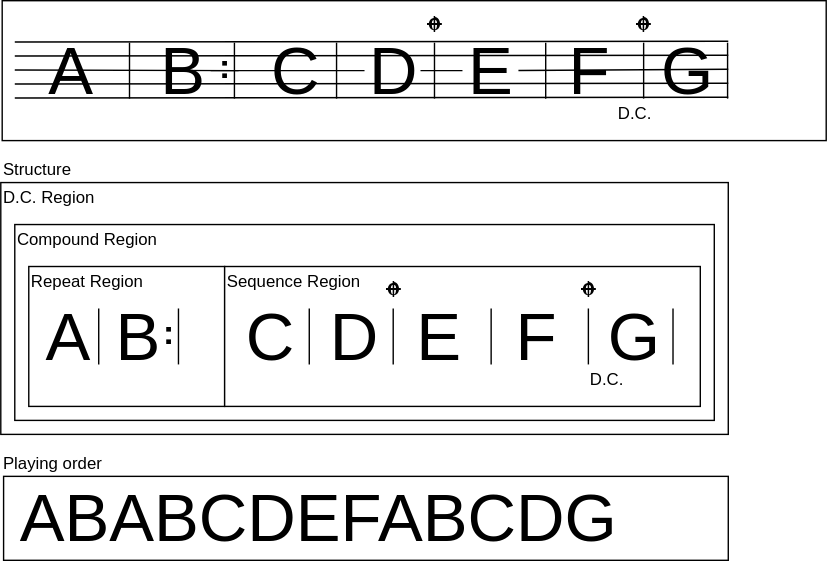
Above: docs/repeat/example08-04.drawio.svg in ruimo/klavier-core (draw.io), before the change. Source tidied: cells renumbered, new cells last; positions are measured from the earlier drawing's top-left corner, leaving out a move shared by most shapes.
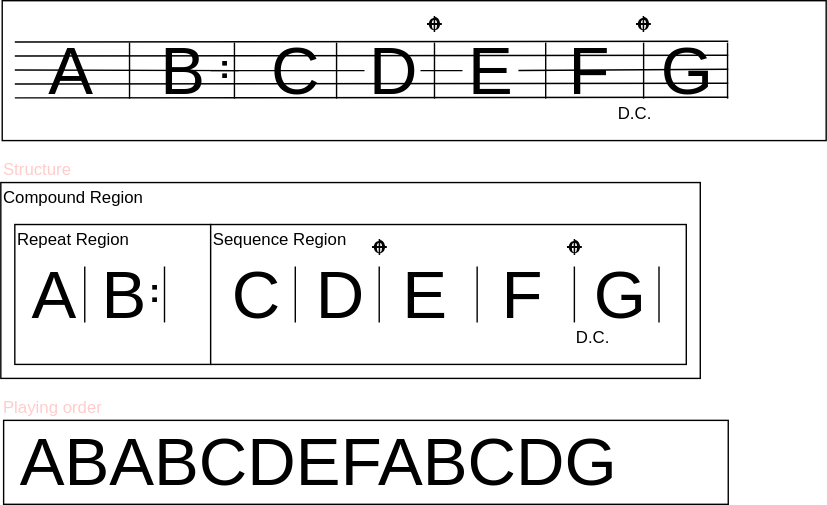
Later version of the same file.

Change to the diagram source:
```diff
@@ -5,9 +5,6 @@
     <mxCell id="2" style="rounded=0;whiteSpace=wrap;html=1;" parent="1" vertex="1">
       <mxGeometry x="1" width="589" height="100" as="geometry" />
     </mxCell>
-    <mxCell id="3" style="rounded=0;whiteSpace=wrap;html=1;" parent="1" vertex="1">
-      <mxGeometry y="130" width="520" height="180" as="geometry" />
-    </mxCell>
     <mxCell id="4" style="endArrow=none;html=1;" parent="1" edge="1">
       <mxGeometry relative="1" as="geometry">
         <mxPoint x="10" y="39.5" as="sourcePoint" />
@@ -43,9 +40,6 @@
     <mxCell id="10" value="&lt;font style=&quot;font-size: 48px&quot;&gt;B&lt;/font&gt;" style="text;html=1;strokeColor=none;fillColor=none;align=center;verticalAlign=middle;whiteSpace=wrap;rounded=0;" parent="1" vertex="1">
       <mxGeometry x="110" y="40" width="40" height="20" as="geometry" />
     </mxCell>
-    <mxCell id="11" value="D.C. Region" style="text;html=1;strokeColor=none;fillColor=none;align=left;verticalAlign=middle;whiteSpace=wrap;rounded=0;" parent="1" vertex="1">
-      <mxGeometry y="130" width="200" height="20" as="geometry" />
-    </mxCell>
     <mxCell id="12" value="&lt;font style=&quot;font-size: 48px&quot;&gt;C&lt;/font&gt;" style="text;html=1;strokeColor=none;fillColor=none;align=center;verticalAlign=middle;whiteSpace=wrap;rounded=0;" parent="1" vertex="1">
       <mxGeometry x="190" y="40" width="40" height="20" as="geometry" />
     </mxCell>
@@ -56,10 +50,10 @@
       </mxGeometry>
     </mxCell>
     <mxCell id="14" style="rounded=0;whiteSpace=wrap;html=1;" parent="1" vertex="1">
-      <mxGeometry x="10" y="160" width="500" height="140" as="geometry" />
+      <mxGeometry y="130" width="500" height="140" as="geometry" />
     </mxCell>
     <mxCell id="15" value="Compound Region" style="text;html=1;strokeColor=none;fillColor=none;align=left;verticalAlign=middle;whiteSpace=wrap;rounded=0;" parent="1" vertex="1">
-      <mxGeometry x="10" y="160" width="150" height="20" as="geometry" />
+      <mxGeometry y="130" width="150" height="20" as="geometry" />
     </mxCell>
     <mxCell id="16" style="group;" parent="1" vertex="1">
       <mxGeometry x="213" y="30" width="40" height="40" as="geometry" />
@@ -107,28 +101,28 @@
       </mxGeometry>
     </mxCell>
     <mxCell id="28" style="rounded=0;whiteSpace=wrap;html=1;" parent="1" vertex="1">
-      <mxGeometry x="20" y="190" width="140" height="100" as="geometry" />
+      <mxGeometry x="10" y="160" width="140" height="100" as="geometry" />
     </mxCell>
     <mxCell id="29" value="Repeat Region" style="text;html=1;strokeColor=none;fillColor=none;align=left;verticalAlign=middle;whiteSpace=wrap;rounded=0;" parent="1" vertex="1">
-      <mxGeometry x="20" y="190" width="105" height="20" as="geometry" />
+      <mxGeometry x="10" y="160" width="105" height="20" as="geometry" />
     </mxCell>
     <mxCell id="30" value="&lt;font style=&quot;font-size: 48px&quot;&gt;A&lt;/font&gt;" style="text;html=1;strokeColor=none;fillColor=none;align=center;verticalAlign=middle;whiteSpace=wrap;rounded=0;" parent="1" vertex="1">
-      <mxGeometry x="27.5" y="230" width="40" height="20" as="geometry" />
+      <mxGeometry x="17.5" y="200" width="40" height="20" as="geometry" />
     </mxCell>
     <mxCell id="31" value="&lt;font style=&quot;font-size: 48px&quot;&gt;B&lt;/font&gt;" style="text;html=1;strokeColor=none;fillColor=none;align=center;verticalAlign=middle;whiteSpace=wrap;rounded=0;" parent="1" vertex="1">
-      <mxGeometry x="77.5" y="230" width="40" height="20" as="geometry" />
+      <mxGeometry x="67.5" y="200" width="40" height="20" as="geometry" />
     </mxCell>
     <mxCell id="32" style="endArrow=none;html=1;" parent="1" edge="1">
       <mxGeometry relative="1" as="geometry">
-        <mxPoint x="70" y="260" as="sourcePoint" />
-        <mxPoint x="70" y="220" as="targetPoint" />
+        <mxPoint x="60" y="230" as="sourcePoint" />
+        <mxPoint x="60" y="190" as="targetPoint" />
       </mxGeometry>
     </mxCell>
     <mxCell id="33" style="rounded=0;whiteSpace=wrap;html=1;" parent="1" vertex="1">
-      <mxGeometry x="160" y="190" width="340" height="100" as="geometry" />
+      <mxGeometry x="150" y="160" width="340" height="100" as="geometry" />
     </mxCell>
     <mxCell id="34" value="Sequence Region" style="text;html=1;strokeColor=none;fillColor=none;align=left;verticalAlign=middle;whiteSpace=wrap;rounded=0;" parent="1" vertex="1">
-      <mxGeometry x="160" y="190" width="105" height="20" as="geometry" />
+      <mxGeometry x="150" y="160" width="105" height="20" as="geometry" />
     </mxCell>
     <mxCell id="35" style="endArrow=none;html=1;" parent="1" edge="1">
       <mxGeometry relative="1" as="geometry">
@@ -167,7 +161,7 @@
       <mxGeometry y="7" width="40" height="20" as="geometry" />
     </mxCell>
     <mxCell id="44" style="group;" parent="1" vertex="1">
-      <mxGeometry x="100" y="220" width="40" height="40" as="geometry" />
+      <mxGeometry x="90" y="190" width="40" height="40" as="geometry" />
     </mxCell>
     <mxCell id="45" style="group;" parent="44" vertex="1">
       <mxGeometry width="40" height="40" as="geometry" />
@@ -188,55 +182,55 @@
       <mxGeometry y="7" width="40" height="20" as="geometry" />
     </mxCell>
     <mxCell id="50" value="&lt;font style=&quot;font-size: 48px&quot;&gt;C&lt;/font&gt;" style="text;html=1;strokeColor=none;fillColor=none;align=center;verticalAlign=middle;whiteSpace=wrap;rounded=0;" parent="1" vertex="1">
-      <mxGeometry x="172.5" y="230" width="40" height="20" as="geometry" />
+      <mxGeometry x="162.5" y="200" width="40" height="20" as="geometry" />
     </mxCell>
     <mxCell id="51" style="endArrow=none;html=1;" parent="1" edge="1">
       <mxGeometry relative="1" as="geometry">
-        <mxPoint x="220.5" y="260" as="sourcePoint" />
-        <mxPoint x="220.5" y="220" as="targetPoint" />
+        <mxPoint x="210.5" y="230" as="sourcePoint" />
+        <mxPoint x="210.5" y="190" as="targetPoint" />
       </mxGeometry>
     </mxCell>
     <mxCell id="52" value="D.C." style="text;html=1;strokeColor=none;fillColor=none;align=center;verticalAlign=middle;whiteSpace=wrap;rounded=0;" parent="1" vertex="1">
       <mxGeometry x="432.5" y="70" width="40" height="20" as="geometry" />
     </mxCell>
     <mxCell id="53" value="&lt;font style=&quot;font-size: 48px&quot;&gt;D&lt;/font&gt;" style="text;html=1;strokeColor=none;fillColor=none;align=center;verticalAlign=middle;whiteSpace=wrap;rounded=0;" parent="1" vertex="1">
-      <mxGeometry x="232.5" y="230" width="40" height="20" as="geometry" />
+      <mxGeometry x="222.5" y="200" width="40" height="20" as="geometry" />
     </mxCell>
     <mxCell id="54" style="endArrow=none;html=1;" parent="1" edge="1">
       <mxGeometry relative="1" as="geometry">
-        <mxPoint x="280.5" y="260" as="sourcePoint" />
-        <mxPoint x="280.5" y="220" as="targetPoint" />
+        <mxPoint x="270.5" y="230" as="sourcePoint" />
+        <mxPoint x="270.5" y="190" as="targetPoint" />
       </mxGeometry>
     </mxCell>
     <mxCell id="55" value="&lt;font style=&quot;font-size: 48px&quot;&gt;E&lt;/font&gt;" style="text;html=1;strokeColor=none;fillColor=none;align=center;verticalAlign=middle;whiteSpace=wrap;rounded=0;" parent="1" vertex="1">
-      <mxGeometry x="292.5" y="230" width="40" height="20" as="geometry" />
+      <mxGeometry x="282.5" y="200" width="40" height="20" as="geometry" />
     </mxCell>
     <mxCell id="56" style="endArrow=none;html=1;" parent="1" edge="1">
       <mxGeometry relative="1" as="geometry">
-        <mxPoint x="350.5" y="260" as="sourcePoint" />
-        <mxPoint x="350.5" y="220" as="targetPoint" />
+        <mxPoint x="340.5" y="230" as="sourcePoint" />
+        <mxPoint x="340.5" y="190" as="targetPoint" />
       </mxGeometry>
     </mxCell>
     <mxCell id="57" value="&lt;font style=&quot;font-size: 48px&quot;&gt;F&lt;/font&gt;" style="text;html=1;strokeColor=none;fillColor=none;align=center;verticalAlign=middle;whiteSpace=wrap;rounded=0;" parent="1" vertex="1">
-      <mxGeometry x="362.5" y="230" width="40" height="20" as="geometry" />
+      <mxGeometry x="352.5" y="200" width="40" height="20" as="geometry" />
     </mxCell>
     <mxCell id="58" style="endArrow=none;html=1;" parent="1" edge="1">
       <mxGeometry relative="1" as="geometry">
-        <mxPoint x="420" y="260" as="sourcePoint" />
-        <mxPoint x="420" y="220" as="targetPoint" />
+        <mxPoint x="410" y="230" as="sourcePoint" />
+        <mxPoint x="410" y="190" as="targetPoint" />
       </mxGeometry>
     </mxCell>
     <mxCell id="59" style="rounded=0;whiteSpace=wrap;html=1;" parent="1" vertex="1">
-      <mxGeometry x="2" y="340" width="518" height="60" as="geometry" />
+      <mxGeometry x="2" y="300" width="518" height="60" as="geometry" />
     </mxCell>
     <mxCell id="60" value="&lt;font style=&quot;font-size: 48px&quot;&gt;ABABCDEFABCDG&lt;/font&gt;" style="text;html=1;strokeColor=none;fillColor=none;align=left;verticalAlign=middle;whiteSpace=wrap;rounded=0;" parent="1" vertex="1">
-      <mxGeometry x="12" y="360" width="40" height="20" as="geometry" />
+      <mxGeometry x="12" y="320" width="40" height="20" as="geometry" />
     </mxCell>
-    <mxCell id="61" value="Structure" style="text;html=1;strokeColor=none;fillColor=none;align=left;verticalAlign=middle;whiteSpace=wrap;rounded=0;" parent="1" vertex="1">
+    <mxCell id="61" value="Structure" style="text;html=1;strokeColor=none;fillColor=none;align=left;verticalAlign=middle;whiteSpace=wrap;rounded=0;fontColor=#FFCCCC;" parent="1" vertex="1">
       <mxGeometry y="110" width="140" height="20" as="geometry" />
     </mxCell>
-    <mxCell id="62" value="Playing order" style="text;html=1;strokeColor=none;fillColor=none;align=left;verticalAlign=middle;whiteSpace=wrap;rounded=0;" parent="1" vertex="1">
-      <mxGeometry y="320" width="140" height="20" as="geometry" />
+    <mxCell id="62" value="Playing order" style="text;html=1;strokeColor=none;fillColor=none;align=left;verticalAlign=middle;whiteSpace=wrap;rounded=0;fontColor=#FFCCCC;" parent="1" vertex="1">
+      <mxGeometry y="280" width="140" height="20" as="geometry" />
     </mxCell>
     <mxCell id="63" value="&lt;font style=&quot;font-size: 48px&quot;&gt;G&lt;/font&gt;" style="text;html=1;strokeColor=none;fillColor=none;align=center;verticalAlign=middle;whiteSpace=wrap;rounded=0;" parent="1" vertex="1">
       <mxGeometry x="470" y="40" width="40" height="20" as="geometry" />
@@ -248,16 +242,16 @@
       </mxGeometry>
     </mxCell>
     <mxCell id="65" value="&lt;font style=&quot;font-size: 48px&quot;&gt;G&lt;/font&gt;" style="text;html=1;strokeColor=none;fillColor=none;align=center;verticalAlign=middle;whiteSpace=wrap;rounded=0;" parent="1" vertex="1">
-      <mxGeometry x="432.5" y="230" width="40" height="20" as="geometry" />
+      <mxGeometry x="422.5" y="200" width="40" height="20" as="geometry" />
     </mxCell>
     <mxCell id="66" style="endArrow=none;html=1;" parent="1" edge="1">
       <mxGeometry relative="1" as="geometry">
-        <mxPoint x="480.5" y="260" as="sourcePoint" />
-        <mxPoint x="480.5" y="220" as="targetPoint" />
+        <mxPoint x="470.5" y="230" as="sourcePoint" />
+        <mxPoint x="470.5" y="190" as="targetPoint" />
       </mxGeometry>
     </mxCell>
     <mxCell id="67" value="D.C." style="text;html=1;strokeColor=none;fillColor=none;align=center;verticalAlign=middle;whiteSpace=wrap;rounded=0;" parent="1" vertex="1">
-      <mxGeometry x="412.5" y="260" width="40" height="20" as="geometry" />
+      <mxGeometry x="402.5" y="230" width="40" height="20" as="geometry" />
     </mxCell>
     <mxCell id="68" value="&lt;font style=&quot;font-size: 31px&quot;&gt;𝄌&lt;/font&gt;" style="text;html=1;strokeColor=none;fillColor=none;align=center;verticalAlign=middle;whiteSpace=wrap;rounded=0;" parent="1" vertex="1">
       <mxGeometry x="290.5" y="11" width="40" height="20" as="geometry" />
@@ -266,10 +260,10 @@
       <mxGeometry x="439.5" y="11" width="40" height="20" as="geometry" />
     </mxCell>
     <mxCell id="70" value="&lt;font style=&quot;font-size: 31px&quot;&gt;𝄌&lt;/font&gt;" style="text;html=1;strokeColor=none;fillColor=none;align=center;verticalAlign=middle;whiteSpace=wrap;rounded=0;" parent="1" vertex="1">
-      <mxGeometry x="260.5" y="200" width="40" height="20" as="geometry" />
+      <mxGeometry x="250.5" y="170" width="40" height="20" as="geometry" />
     </mxCell>
     <mxCell id="71" value="&lt;font style=&quot;font-size: 31px&quot;&gt;𝄌&lt;/font&gt;" style="text;html=1;strokeColor=none;fillColor=none;align=center;verticalAlign=middle;whiteSpace=wrap;rounded=0;" parent="1" vertex="1">
-      <mxGeometry x="400.5" y="200" width="40" height="20" as="geometry" />
+      <mxGeometry x="390.5" y="170" width="40" height="20" as="geometry" />
     </mxCell>
   </root>
 </mxGraphModel>
```
